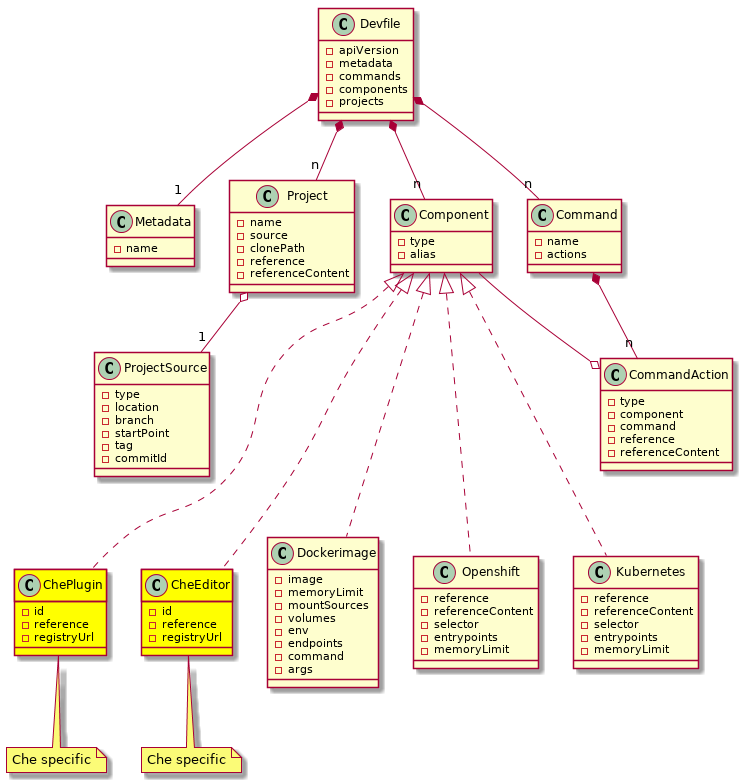
Before: devfile_next.png, a diagram exported from PlantUML (redhat-developer/devfile).
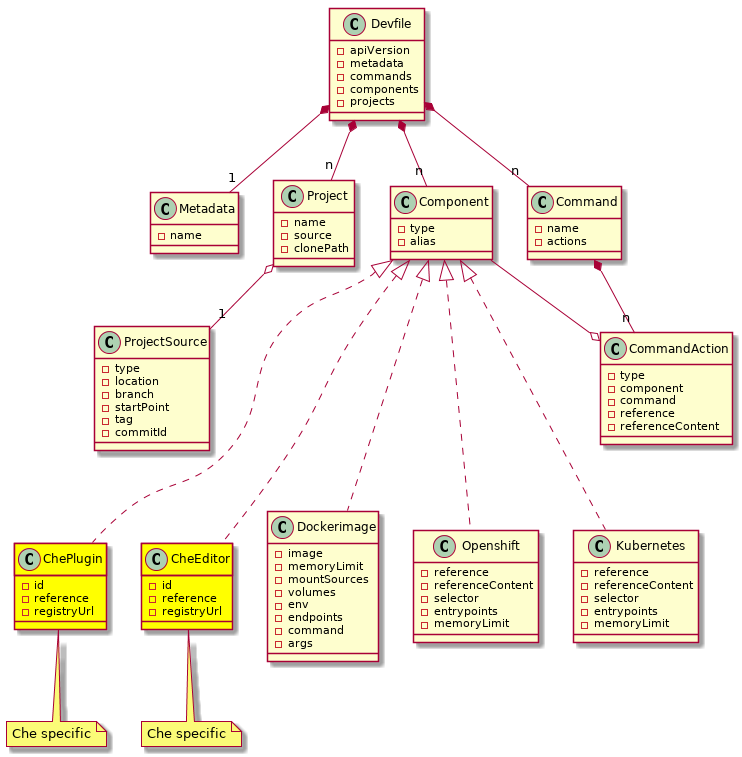
The same file after the commit.

Commit message:
fixup! Update Devfile diagram

Change to the diagram source:
```diff
@@ -56,8 +56,6 @@
   - name
   - source
   - clonePath
-  - reference
-  - referenceContent
 }
 
 Project o-- "1" ProjectSource
```
